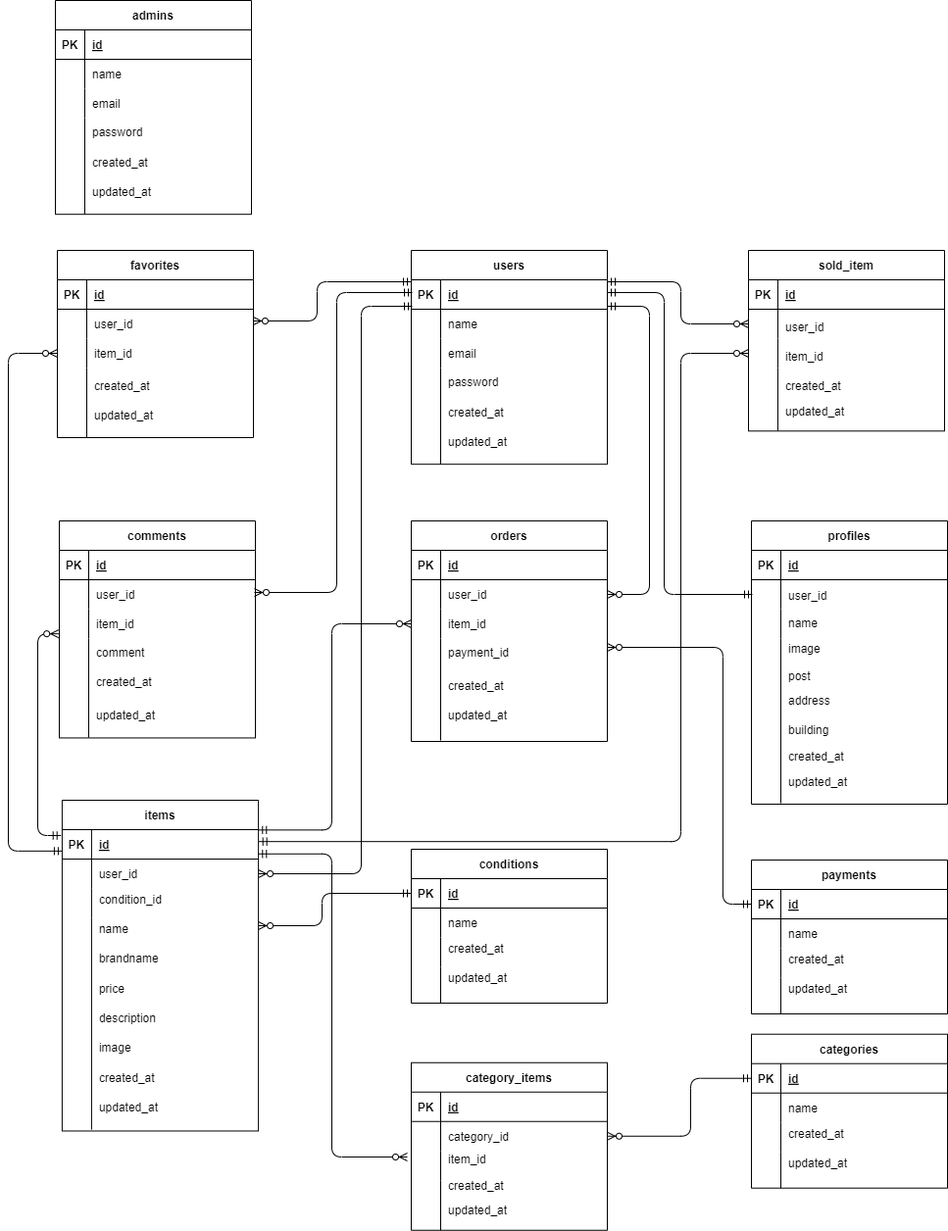
Earlier version of the draw.io export market.drawio.png (syakuyaku514/third-case). Source tidied: cells renumbered, new cells last; positions are measured from the earlier drawing's top-left corner, leaving out a move shared by most shapes.
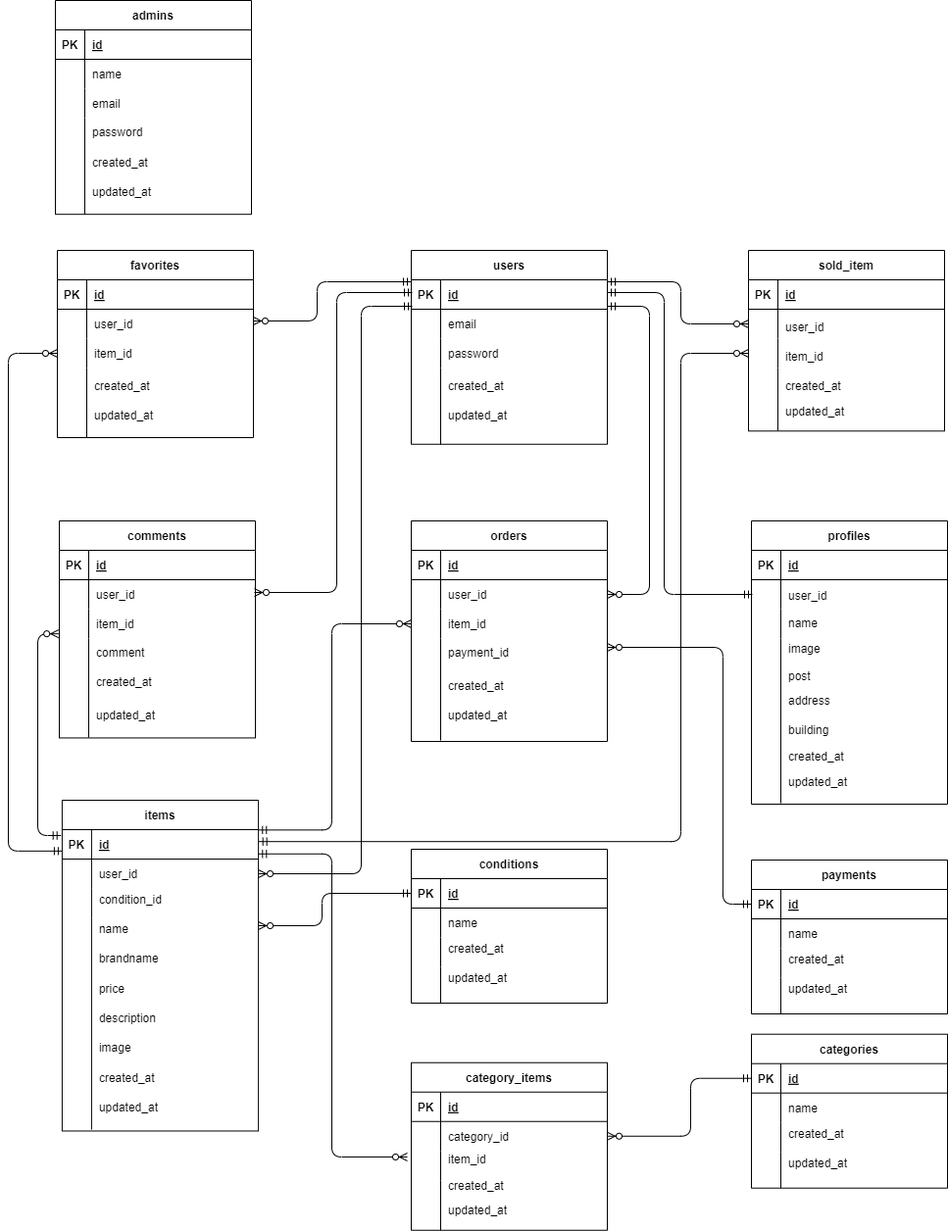
After the change.

Diff of the diagram source:
```diff
@@ -3,7 +3,7 @@
     <mxCell id="0" />
     <mxCell id="1" parent="0" />
     <mxCell id="2" value="users" style="shape=table;startSize=30;rowLines=0;fontStyle=1;align=center;" parent="1" vertex="1">
-      <mxGeometry x="411" y="255" width="200" height="218.2" as="geometry" />
+      <mxGeometry x="411" y="255" width="200" height="197.8" as="geometry" />
     </mxCell>
     <mxCell id="3" style="shape=tableRow;horizontal=0;startSize=0;swimlaneHead=0;swimlaneBody=0;fillColor=none;points=[[0,0.5],[1,0.5]];portConstraint=eastwest;top=0;left=0;right=0;bottom=1;" parent="2" vertex="1">
       <mxGeometry y="30" width="200" height="30" as="geometry" />
@@ -14,41 +14,41 @@
     <mxCell id="5" value="id" style="shape=partialRectangle;fillColor=none;top=0;left=0;bottom=0;right=0;align=left;spacingLeft=6;fontStyle=5;overflow=hidden;" parent="3" vertex="1">
       <mxGeometry x="30" width="170" height="30" as="geometry" />
     </mxCell>
+    <mxCell id="9" style="shape=tableRow;horizontal=0;startSize=0;swimlaneHead=0;swimlaneBody=0;fillColor=none;top=0;left=0;right=0;bottom=0;" parent="2" vertex="1">
+      <mxGeometry y="60" width="200" height="30" as="geometry" />
+    </mxCell>
+    <mxCell id="10" style="shape=partialRectangle;fillColor=none;top=0;left=0;bottom=0;right=0;overflow=hidden;" parent="9" vertex="1">
+      <mxGeometry width="30" height="30" as="geometry" />
+    </mxCell>
+    <mxCell id="11" value="email" style="shape=partialRectangle;fillColor=none;top=0;left=0;bottom=0;right=0;align=left;spacingLeft=6;overflow=hidden;" parent="9" vertex="1">
+      <mxGeometry x="30" width="170" height="30" as="geometry" />
+    </mxCell>
     <mxCell id="6" style="shape=tableRow;horizontal=0;startSize=0;swimlaneHead=0;swimlaneBody=0;fillColor=none;top=0;left=0;right=0;bottom=0;" parent="2" vertex="1">
-      <mxGeometry y="60" width="200" height="30" as="geometry" />
+      <mxGeometry y="90" width="200" height="30" as="geometry" />
     </mxCell>
     <mxCell id="7" style="shape=partialRectangle;fillColor=none;top=0;left=0;bottom=0;right=0;overflow=hidden;" parent="6" vertex="1">
       <mxGeometry width="30" height="30" as="geometry" />
     </mxCell>
-    <mxCell id="8" value="name  " style="shape=partialRectangle;fillColor=none;top=0;left=0;bottom=0;right=0;align=left;spacingLeft=6;overflow=hidden;" parent="6" vertex="1">
+    <mxCell id="8" style="shape=partialRectangle;fillColor=none;top=0;left=0;bottom=0;right=0;align=left;spacingLeft=6;overflow=hidden;" parent="6" vertex="1">
       <mxGeometry x="30" width="170" height="30" as="geometry" />
     </mxCell>
-    <mxCell id="9" style="shape=tableRow;horizontal=0;startSize=0;swimlaneHead=0;swimlaneBody=0;fillColor=none;top=0;left=0;right=0;bottom=0;" parent="2" vertex="1">
-      <mxGeometry y="90" width="200" height="30" as="geometry" />
-    </mxCell>
-    <mxCell id="10" style="shape=partialRectangle;fillColor=none;top=0;left=0;bottom=0;right=0;overflow=hidden;" parent="9" vertex="1">
-      <mxGeometry width="30" height="30" as="geometry" />
-    </mxCell>
-    <mxCell id="11" value="email" style="shape=partialRectangle;fillColor=none;top=0;left=0;bottom=0;right=0;align=left;spacingLeft=6;overflow=hidden;" parent="9" vertex="1">
-      <mxGeometry x="30" width="170" height="30" as="geometry" />
-    </mxCell>
     <mxCell id="12" style="shape=tableRow;horizontal=0;startSize=0;swimlaneHead=0;swimlaneBody=0;fillColor=none;top=0;left=0;right=0;bottom=0;" parent="2" vertex="1">
-      <mxGeometry y="120" width="200" height="98" as="geometry" />
+      <mxGeometry y="120" width="200" height="78" as="geometry" />
     </mxCell>
     <mxCell id="13" style="shape=partialRectangle;fillColor=none;top=0;left=0;bottom=0;right=0;overflow=hidden;" parent="12" vertex="1">
-      <mxGeometry width="30" height="98" as="geometry" />
+      <mxGeometry width="30" height="78" as="geometry" />
     </mxCell>
     <mxCell id="14" style="shape=partialRectangle;fillColor=none;top=0;left=0;bottom=0;right=0;align=left;spacingLeft=6;overflow=hidden;" parent="12" vertex="1">
-      <mxGeometry x="30" width="170" height="98" as="geometry" />
+      <mxGeometry x="30" width="170" height="78" as="geometry" />
     </mxCell>
     <mxCell id="15" value="password" style="shape=partialRectangle;fillColor=none;top=0;left=0;bottom=0;right=0;align=left;spacingLeft=6;overflow=hidden;" parent="1" vertex="1">
-      <mxGeometry x="441" y="374" width="150" height="30" as="geometry" />
+      <mxGeometry x="441" y="345" width="150" height="30" as="geometry" />
     </mxCell>
     <mxCell id="16" value="created_at" style="shape=partialRectangle;fillColor=none;top=0;left=0;bottom=0;right=0;align=left;spacingLeft=6;overflow=hidden;" parent="1" vertex="1">
-      <mxGeometry x="441" y="405" width="150" height="30" as="geometry" />
+      <mxGeometry x="441" y="378" width="150" height="30" as="geometry" />
     </mxCell>
     <mxCell id="17" value="updated_at" style="shape=partialRectangle;fillColor=none;top=0;left=0;bottom=0;right=0;align=left;spacingLeft=6;overflow=hidden;" parent="1" vertex="1">
-      <mxGeometry x="441" y="435" width="150" height="30" as="geometry" />
+      <mxGeometry x="441" y="408" width="150" height="30" as="geometry" />
     </mxCell>
     <mxCell id="18" value="orders" style="shape=table;startSize=30;rowLines=0;fontStyle=1;align=center;" parent="1" vertex="1">
       <mxGeometry x="411" y="531" width="200" height="225" as="geometry" />
```
